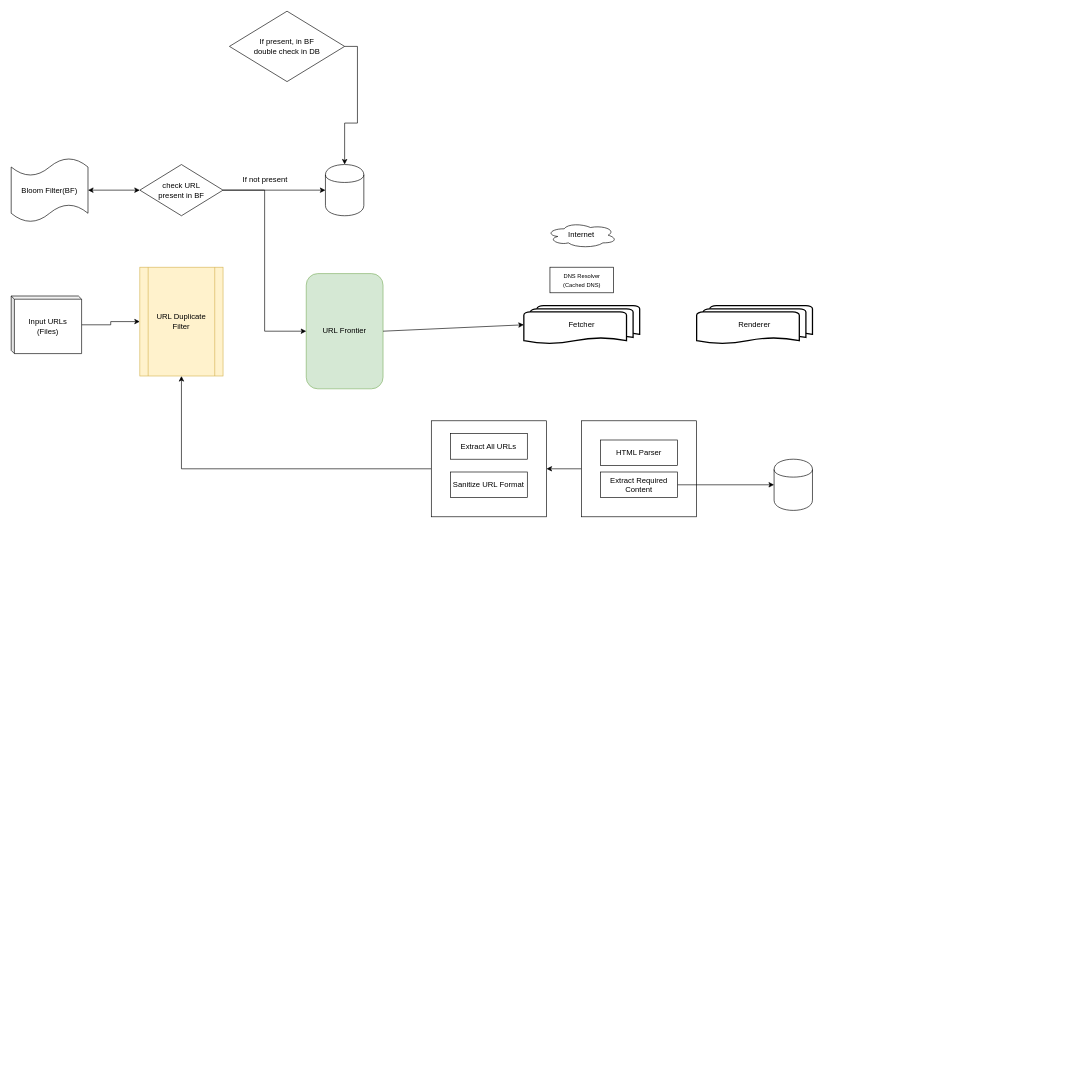
Above: diagrams/Untitled Diagram.drawio in jagadeeshpalaniappan/jnotes-gitbook (draw.io), before the change. Source tidied: cells renumbered, new cells numbered last; positions are measured from the earlier drawing's top-left corner, leaving out a move shared by most shapes. Both pictures are drawn from the tidied source at 64%, with x=0, y=0 at pixel (11, 11).
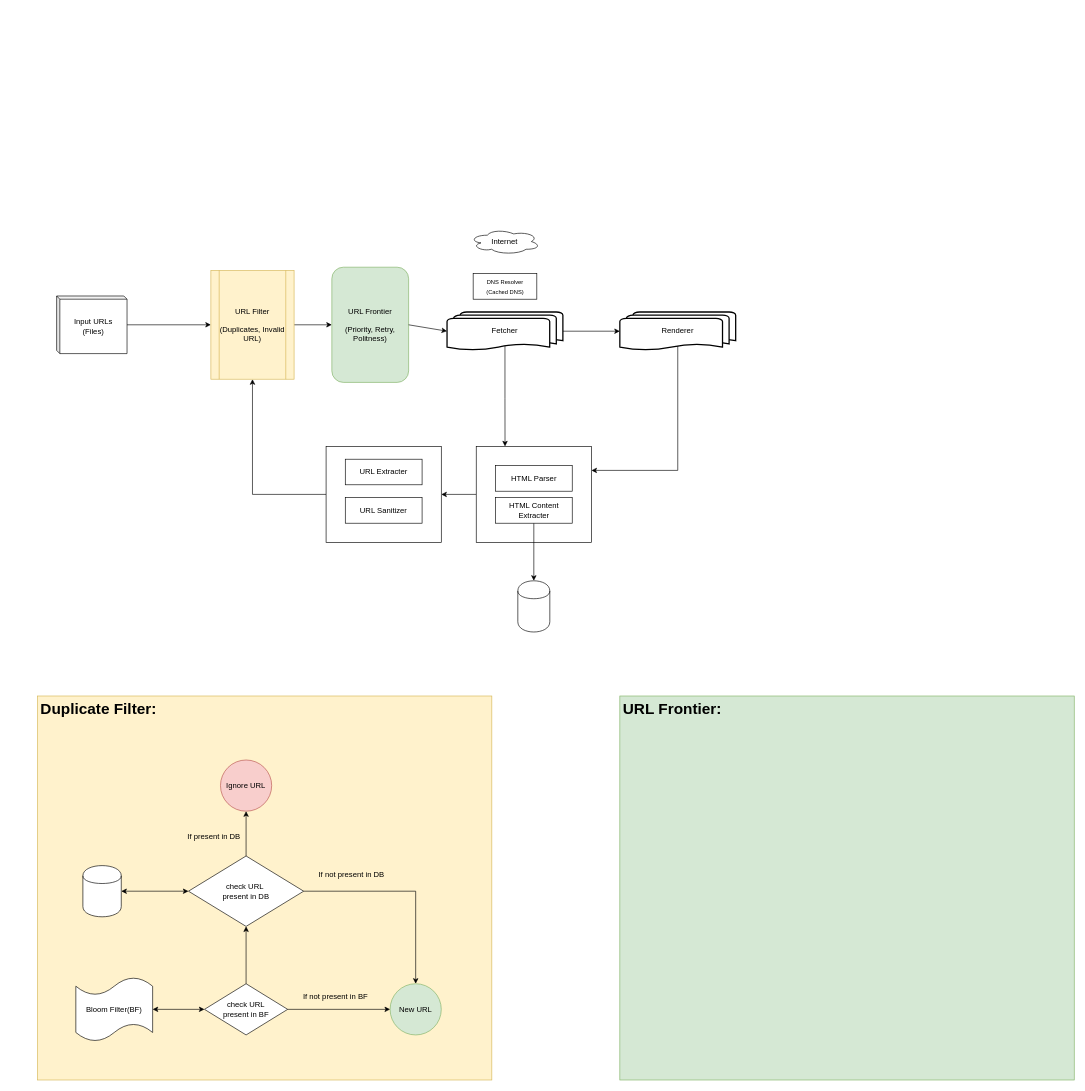
Above is the later version.

The edit, as a diff of the source:
```diff
@@
+    <mxCell id="30" value="&lt;h1&gt;Duplicate Filter:&amp;nbsp;&lt;/h1&gt;" style="text;html=1;strokeColor=#d6b656;fillColor=#fff2cc;spacing=5;spacingTop=-20;whiteSpace=wrap;overflow=hidden;rounded=0;" parent="1" vertex="1">
+      <mxGeometry x="41" y="1070" width="710" height="600" as="geometry" />
+    </mxCell>
@@
     <mxCell id="3" style="rounded=0;whiteSpace=wrap;html=1;" parent="1" vertex="1">
-      <mxGeometry x="656.4" y="640" width="180" height="150" as="geometry" />
+      <mxGeometry x="492" y="680" width="180" height="150" as="geometry" />
     </mxCell>
-    <mxCell id="4" value="URL Frontier" style="rounded=1;whiteSpace=wrap;html=1;fontSize=12;glass=0;strokeWidth=1;shadow=0;fillColor=#d5e8d4;strokeColor=#82b366;" parent="1" vertex="1">
-      <mxGeometry x="461" y="410" width="120" height="180" as="geometry" />
+    <mxCell id="4" value="URL Frontier&lt;br&gt;&lt;br&gt;(Priority, Retry, Politness)" style="rounded=1;whiteSpace=wrap;html=1;fontSize=12;glass=0;strokeWidth=1;shadow=0;fillColor=#d5e8d4;strokeColor=#82b366;" parent="1" vertex="1">
+      <mxGeometry x="501" y="400" width="120" height="180" as="geometry" />
     </mxCell>
+    <mxCell id="31" style="edgeStyle=orthogonalEdgeStyle;rounded=0;jettySize=auto;html=1;exitX=1;exitY=0.5;exitDx=0;exitDy=0;exitPerimeter=0;entryX=0;entryY=0.5;entryDx=0;entryDy=0;entryPerimeter=0;" parent="1" edge="1" source="5" target="7">
+      <mxGeometry relative="1" as="geometry" />
+    </mxCell>
+    <mxCell id="32" style="edgeStyle=orthogonalEdgeStyle;rounded=0;jettySize=auto;html=1;exitX=0.5;exitY=0.88;exitDx=0;exitDy=0;exitPerimeter=0;entryX=0.25;entryY=0;entryDx=0;entryDy=0;" parent="1" edge="1" source="5" target="11">
+      <mxGeometry relative="1" as="geometry" />
+    </mxCell>
     <mxCell id="5" value="&lt;span style=&quot;white-space: normal&quot;&gt;Fetcher&lt;/span&gt;" style="strokeWidth=2;html=1;shape=mxgraph.flowchart.multi-document;whiteSpace=wrap;align=center;" parent="1" vertex="1">
-      <mxGeometry x="801" y="460" width="181" height="60" as="geometry" />
+      <mxGeometry x="681" y="470" width="181" height="60" as="geometry" />
     </mxCell>
@@
+    <mxCell id="33" style="edgeStyle=orthogonalEdgeStyle;rounded=0;jettySize=auto;html=1;exitX=0.5;exitY=0.88;exitDx=0;exitDy=0;exitPerimeter=0;entryX=1;entryY=0.25;entryDx=0;entryDy=0;" parent="1" edge="1" source="7" target="11">
+      <mxGeometry relative="1" as="geometry">
+        <Array as="points">
+          <mxPoint x="1042" y="718" />
+        </Array>
+      </mxGeometry>
+    </mxCell>
     <mxCell id="7" value="&lt;span style=&quot;white-space: normal&quot;&gt;Renderer&lt;/span&gt;" style="strokeWidth=2;html=1;shape=mxgraph.flowchart.multi-document;whiteSpace=wrap;align=center;" parent="1" vertex="1">
-      <mxGeometry x="1071" y="460" width="181" height="60" as="geometry" />
+      <mxGeometry x="951" y="470" width="181" height="60" as="geometry" />
     </mxCell>
     <mxCell id="8" value="&lt;font style=&quot;font-size: 9px&quot;&gt;DNS Resolver&lt;br&gt;(Cached DNS)&lt;/font&gt;" style="rounded=0;whiteSpace=wrap;html=1;" parent="1" vertex="1">
-      <mxGeometry x="841.8" y="400" width="99.5" height="40" as="geometry" />
+      <mxGeometry x="721.8" y="410" width="99.5" height="40" as="geometry" />
     </mxCell>
     <mxCell id="9" value="Internet" style="ellipse;shape=cloud;whiteSpace=wrap;html=1;" parent="1" vertex="1">
-      <mxGeometry x="836.4" y="330" width="110.2" height="40" as="geometry" />
+      <mxGeometry x="716.4" y="340" width="110.2" height="40" as="geometry" />
     </mxCell>
@@
     <mxCell id="11" style="rounded=0;whiteSpace=wrap;html=1;" parent="1" vertex="1">
-      <mxGeometry x="891" y="640" width="180" height="150" as="geometry" />
+      <mxGeometry x="726.6" y="680" width="180" height="150" as="geometry" />
     </mxCell>
     <mxCell id="12" value="HTML Parser" style="rounded=0;whiteSpace=wrap;html=1;" parent="1" vertex="1">
-      <mxGeometry x="921" y="670" width="120" height="40" as="geometry" />
+      <mxGeometry x="756.6" y="710" width="120" height="40" as="geometry" />
     </mxCell>
-    <mxCell id="13" value="Extract All URLs" style="rounded=0;whiteSpace=wrap;html=1;" parent="1" vertex="1">
-      <mxGeometry x="686.4" y="660" width="120" height="40" as="geometry" />
+    <mxCell id="13" value="URL Extracter" style="rounded=0;whiteSpace=wrap;html=1;" parent="1" vertex="1">
+      <mxGeometry x="522" y="700" width="120" height="40" as="geometry" />
     </mxCell>
-    <mxCell id="14" style="edgeStyle=orthogonalEdgeStyle;rounded=0;jettySize=auto;html=1;entryX=0;entryY=0.5;entryDx=0;entryDy=0;" parent="1" edge="1" source="15" target="21">
+    <mxCell id="14" style="edgeStyle=orthogonalEdgeStyle;rounded=0;jettySize=auto;html=1;entryX=0.5;entryY=0;entryDx=0;entryDy=0;" parent="1" edge="1" source="15" target="21">
       <mxGeometry relative="1" as="geometry" />
     </mxCell>
-    <mxCell id="15" value="Extract Required Content" style="rounded=0;whiteSpace=wrap;html=1;" parent="1" vertex="1">
-      <mxGeometry x="921" y="720" width="120" height="40" as="geometry" />
+    <mxCell id="15" value="HTML Content Extracter" style="rounded=0;whiteSpace=wrap;html=1;" parent="1" vertex="1">
+      <mxGeometry x="756.6" y="760" width="120" height="40" as="geometry" />
     </mxCell>
-    <mxCell id="16" value="Sanitize URL Format" style="rounded=0;whiteSpace=wrap;html=1;" parent="1" vertex="1">
-      <mxGeometry x="686.4" y="720" width="120" height="40" as="geometry" />
+    <mxCell id="16" value="URL Sanitizer" style="rounded=0;whiteSpace=wrap;html=1;" parent="1" vertex="1">
+      <mxGeometry x="522" y="760" width="120" height="40" as="geometry" />
     </mxCell>
@@
     <mxCell id="18" value="Input URLs&lt;br&gt;(Files)" style="shape=cube;whiteSpace=wrap;html=1;boundedLbl=1;backgroundOutline=1;darkOpacity=0.05;darkOpacity2=0.1;size=5;" parent="1" vertex="1">
-      <mxGeometry y="445" width="110" height="90" as="geometry" />
+      <mxGeometry x="71" y="445" width="110" height="90" as="geometry" />
     </mxCell>
+    <mxCell id="34" style="edgeStyle=orthogonalEdgeStyle;rounded=0;jettySize=auto;html=1;exitX=1;exitY=0.5;exitDx=0;exitDy=0;entryX=0;entryY=0.5;entryDx=0;entryDy=0;" parent="1" edge="1" source="19" target="4">
+      <mxGeometry relative="1" as="geometry" />
+    </mxCell>
-    <mxCell id="19" value="URL Duplicate Filter" style="shape=process;whiteSpace=wrap;html=1;backgroundOutline=1;fillColor=#fff2cc;strokeColor=#d6b656;" parent="1" vertex="1">
-      <mxGeometry x="201" y="400" width="130" height="170" as="geometry" />
+    <mxCell id="19" value="URL Filter&lt;br&gt;&lt;br&gt;(Duplicates, Invalid URL)" style="shape=process;whiteSpace=wrap;html=1;backgroundOutline=1;fillColor=#fff2cc;strokeColor=#d6b656;" parent="1" vertex="1">
+      <mxGeometry x="312" y="405" width="130" height="170" as="geometry" />
     </mxCell>
+    <mxCell id="21" style="shape=cylinder;whiteSpace=wrap;html=1;boundedLbl=1;backgroundOutline=1;" parent="1" vertex="1">
+      <mxGeometry x="791.6" y="890" width="50" height="80" as="geometry" />
+    </mxCell>
+    <mxCell id="35" style="group;" parent="1" vertex="1">
+      <mxGeometry x="101" y="1170" width="571" height="439.6" as="geometry" />
+    </mxCell>
+    <mxCell id="27" value="check URL &lt;br&gt;present in BF" style="rhombus;whiteSpace=wrap;html=1;" parent="35" vertex="1">
+      <mxGeometry x="201" y="349.6" width="130" height="80" as="geometry" />
+    </mxCell>
+    <mxCell id="36" style="group;" parent="35" vertex="1">
+      <mxGeometry width="571" height="439.6" as="geometry" />
+    </mxCell>
+    <mxCell id="37" value="New URL" style="ellipse;whiteSpace=wrap;html=1;fillColor=#d5e8d4;strokeColor=#82b366;" parent="36" vertex="1">
+      <mxGeometry x="491" y="349.6" width="80" height="80" as="geometry" />
+    </mxCell>
+    <mxCell id="38" style="group;" parent="36" vertex="1">
+      <mxGeometry width="491" height="439.6" as="geometry" />
+    </mxCell>
-    <mxCell id="20" style="shape=cylinder;whiteSpace=wrap;html=1;boundedLbl=1;backgroundOutline=1;" parent="1" vertex="1">
-      <mxGeometry x="491" y="239.6" width="60" height="80" as="geometry" />
+    <mxCell id="20" style="shape=cylinder;whiteSpace=wrap;html=1;boundedLbl=1;backgroundOutline=1;" parent="38" vertex="1">
+      <mxGeometry x="11" y="165" width="60" height="80" as="geometry" />
     </mxCell>
-    <mxCell id="21" style="shape=cylinder;whiteSpace=wrap;html=1;boundedLbl=1;backgroundOutline=1;" parent="1" vertex="1">
-      <mxGeometry x="1192" y="700" width="60" height="80" as="geometry" />
-    </mxCell>
-    <mxCell id="22" value="&lt;span style=&quot;white-space: normal&quot;&gt;Bloom Filter(BF)&lt;/span&gt;" style="shape=tape;whiteSpace=wrap;html=1;size=0.2771428571428601;" parent="1" vertex="1">
-      <mxGeometry y="229.6" width="120" height="100" as="geometry" />
+    <mxCell id="22" value="&lt;span style=&quot;white-space: normal&quot;&gt;Bloom Filter(BF)&lt;/span&gt;" style="shape=tape;whiteSpace=wrap;html=1;size=0.2771428571428601;" parent="38" vertex="1">
+      <mxGeometry y="339.6" width="120" height="100" as="geometry" />
     </mxCell>
-    <mxCell id="23" style="edgeStyle=orthogonalEdgeStyle;rounded=0;jettySize=auto;html=1;exitX=1;exitY=0.5;exitDx=0;exitDy=0;entryX=0.5;entryY=0;entryDx=0;entryDy=0;" parent="1" edge="1" source="24" target="20">
-      <mxGeometry relative="1" as="geometry" />
-    </mxCell>
-    <mxCell id="24" value="&lt;span style=&quot;white-space: normal&quot;&gt;If present, in BF&lt;br&gt;double check in DB&lt;br&gt;&lt;/span&gt;" style="rhombus;whiteSpace=wrap;html=1;" parent="1" vertex="1">
-      <mxGeometry x="341" width="180" height="110" as="geometry" />
+    <mxCell id="24" value="check URL&amp;nbsp;&lt;br&gt;present in DB&lt;span style=&quot;white-space: normal&quot;&gt;&lt;br&gt;&lt;/span&gt;" style="rhombus;whiteSpace=wrap;html=1;" parent="38" vertex="1">
+      <mxGeometry x="176" y="150" width="180" height="110" as="geometry" />
     </mxCell>
-    <mxCell id="25" style="edgeStyle=orthogonalEdgeStyle;rounded=0;jettySize=auto;html=1;exitX=1;exitY=0.5;exitDx=0;exitDy=0;entryX=0;entryY=0.5;entryDx=0;entryDy=0;" parent="1" edge="1" source="27" target="20">
-      <mxGeometry relative="1" as="geometry" />
-    </mxCell>
+    <mxCell id="29" value="If not present in BF" style="text;html=1;strokeColor=none;fillColor=none;align=center;verticalAlign=middle;whiteSpace=wrap;rounded=0;" parent="38" vertex="1">
+      <mxGeometry x="341" y="360" width="130" height="20" as="geometry" />
+    </mxCell>
+    <mxCell id="39" value="If not present in DB" style="text;html=1;strokeColor=none;fillColor=none;align=center;verticalAlign=middle;whiteSpace=wrap;rounded=0;" parent="38" vertex="1">
+      <mxGeometry x="371" y="170" width="120" height="20" as="geometry" />
+    </mxCell>
+    <mxCell id="40" value="If present in DB" style="text;html=1;strokeColor=none;fillColor=none;align=center;verticalAlign=middle;whiteSpace=wrap;rounded=0;" parent="38" vertex="1">
+      <mxGeometry x="171" y="110" width="90" height="20" as="geometry" />
+    </mxCell>
+    <mxCell id="41" value="Ignore URL" style="ellipse;whiteSpace=wrap;html=1;fillColor=#f8cecc;strokeColor=#b85450;" parent="38" vertex="1">
+      <mxGeometry x="226" width="80" height="80" as="geometry" />
+    </mxCell>
+    <mxCell id="42" style="edgeStyle=orthogonalEdgeStyle;rounded=0;jettySize=auto;html=1;exitX=0.5;exitY=0;exitDx=0;exitDy=0;entryX=0.5;entryY=1;entryDx=0;entryDy=0;" parent="38" edge="1" source="24" target="41">
+      <mxGeometry relative="1" as="geometry" />
+    </mxCell>
+    <mxCell id="43" style="endArrow=classic;startArrow=classic;html=1;entryX=0;entryY=0.5;entryDx=0;entryDy=0;exitX=1;exitY=0.5;exitDx=0;exitDy=0;" parent="38" edge="1" source="20" target="24">
+      <mxGeometry relative="1" as="geometry" />
+    </mxCell>
+    <mxCell id="44" style="edgeStyle=orthogonalEdgeStyle;rounded=0;jettySize=auto;html=1;exitX=1;exitY=0.5;exitDx=0;exitDy=0;" parent="36" edge="1" source="24" target="37">
+      <mxGeometry relative="1" as="geometry" />
+    </mxCell>
-    <mxCell id="26" style="edgeStyle=orthogonalEdgeStyle;rounded=0;jettySize=auto;html=1;exitX=1;exitY=0.5;exitDx=0;exitDy=0;entryX=0;entryY=0.5;entryDx=0;entryDy=0;" parent="1" edge="1" source="27" target="4">
+    <mxCell id="26" style="edgeStyle=orthogonalEdgeStyle;rounded=0;jettySize=auto;html=1;exitX=1;exitY=0.5;exitDx=0;exitDy=0;entryX=0;entryY=0.5;entryDx=0;entryDy=0;" parent="35" edge="1" source="27" target="37">
       <mxGeometry relative="1" as="geometry" />
     </mxCell>
-    <mxCell id="27" value="check URL &lt;br&gt;present in BF" style="rhombus;whiteSpace=wrap;html=1;" parent="1" vertex="1">
-      <mxGeometry x="201" y="239.6" width="130" height="80" as="geometry" />
-    </mxCell>
-    <mxCell id="28" style="endArrow=classic;startArrow=classic;html=1;exitX=1;exitY=0.5;exitDx=0;exitDy=0;exitPerimeter=0;entryX=0;entryY=0.5;entryDx=0;entryDy=0;" parent="1" edge="1" source="22" target="27">
+    <mxCell id="28" style="endArrow=classic;startArrow=classic;html=1;exitX=1;exitY=0.5;exitDx=0;exitDy=0;exitPerimeter=0;entryX=0;entryY=0.5;entryDx=0;entryDy=0;" parent="35" edge="1" source="22" target="27">
       <mxGeometry relative="1" as="geometry" />
     </mxCell>
-    <mxCell id="29" value="If not present" style="text;html=1;strokeColor=none;fillColor=none;align=center;verticalAlign=middle;whiteSpace=wrap;rounded=0;" parent="1" vertex="1">
-      <mxGeometry x="352" y="254" width="90" height="20" as="geometry" />
-    </mxCell>
+    <mxCell id="45" style="edgeStyle=orthogonalEdgeStyle;rounded=0;jettySize=auto;html=1;exitX=0.5;exitY=0;exitDx=0;exitDy=0;entryX=0.5;entryY=1;entryDx=0;entryDy=0;" parent="35" edge="1" source="27" target="24">
+      <mxGeometry relative="1" as="geometry" />
+    </mxCell>
+    <mxCell id="46" value="&lt;h1&gt;URL Frontier:&lt;/h1&gt;" style="text;html=1;strokeColor=#82b366;fillColor=#d5e8d4;spacing=5;spacingTop=-20;whiteSpace=wrap;overflow=hidden;rounded=0;" parent="1" vertex="1">
+      <mxGeometry x="951" y="1070" width="710" height="600" as="geometry" />
+    </mxCell>
```
